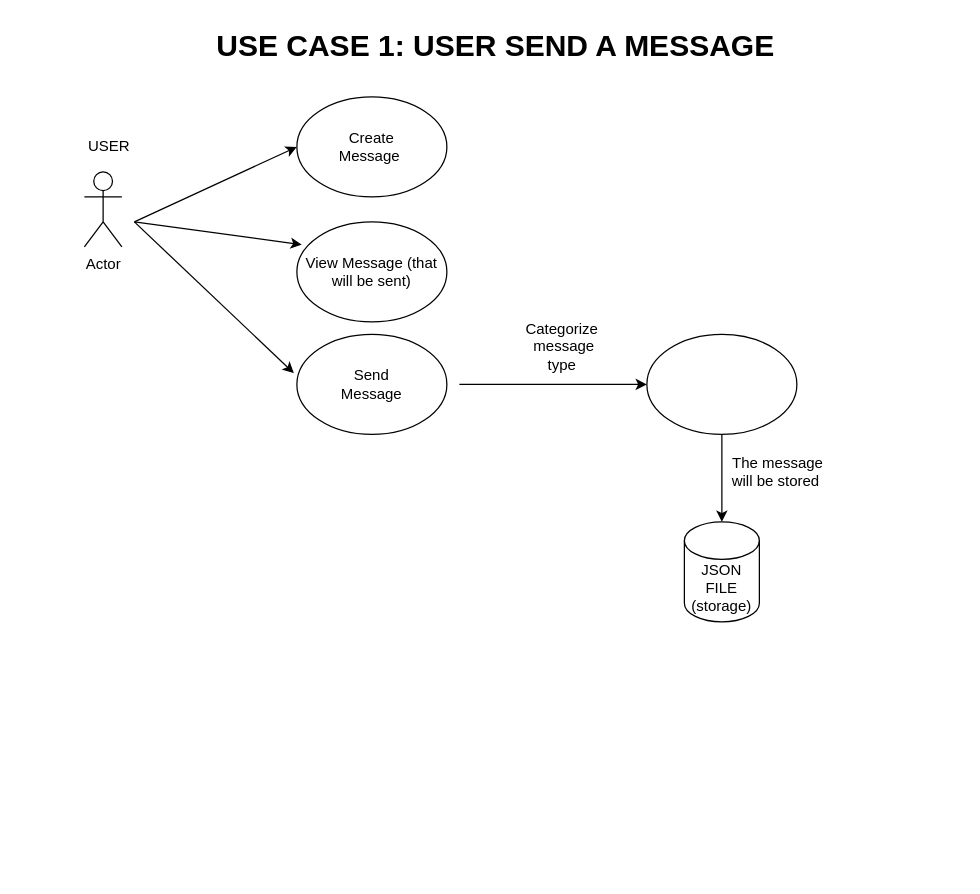
omonimus1/software-enginner-module keeps this draw.io diagram as coursework/use-case.drawio. Above is the earlier version. Source tidied: cells renumbered, new cells numbered last; positions are measured from the earlier drawing's top-left corner, leaving out a move shared by most shapes. Both pictures are drawn from the tidied source at 125%, with x=0, y=0 at pixel (84, 21).
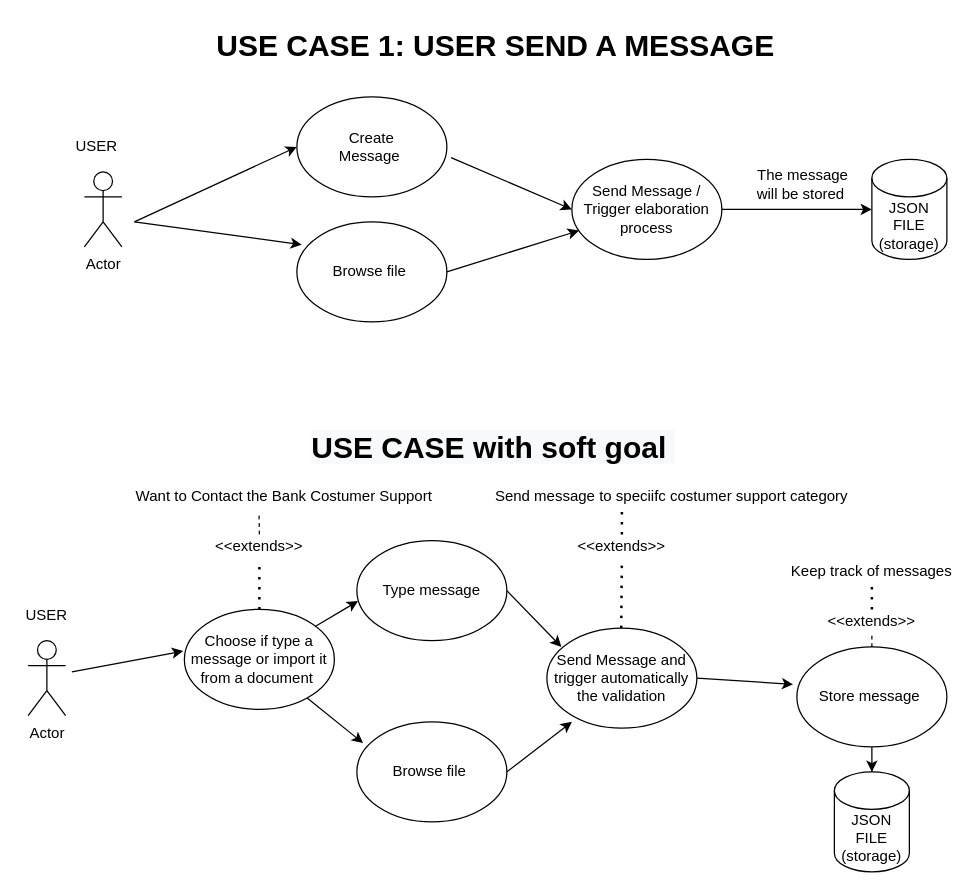
After the change.

The change refers to these unchanged cells:
```xml
<mxCell id="2" style="ellipse;whiteSpace=wrap;html=1;" parent="1" vertex="1">
  <mxGeometry x="170" y="60" width="120" height="80" as="geometry" />
</mxCell>
```

The edit, as a diff of the source:
```diff
@@
-    <mxCell id="4" style="ellipse;whiteSpace=wrap;html=1;" parent="1" vertex="1">
-      <mxGeometry x="170" y="250" width="120" height="80" as="geometry" />
+    <mxCell id="4" value="Send Message / Trigger elaboration process" style="ellipse;whiteSpace=wrap;html=1;" parent="1" vertex="1">
+      <mxGeometry x="390" y="110" width="120" height="80" as="geometry" />
     </mxCell>
-    <mxCell id="5" value="Send Message" style="text;html=1;strokeColor=none;fillColor=none;align=center;verticalAlign=middle;whiteSpace=wrap;rounded=0;" parent="1" vertex="1">
-      <mxGeometry x="210" y="280" width="40" height="20" as="geometry" />
-    </mxCell>
@@
-    <mxCell id="8" value="View Message (that&lt;br&gt;will be sent)" style="ellipse;whiteSpace=wrap;html=1;" parent="1" vertex="1">
+    <mxCell id="8" value="Browse file&amp;nbsp;" style="ellipse;whiteSpace=wrap;html=1;" parent="1" vertex="1">
       <mxGeometry x="170" y="160" width="120" height="80" as="geometry" />
     </mxCell>
@@
-    <mxCell id="10" style="endArrow=classic;html=1;entryX=-0.02;entryY=0.388;entryDx=0;entryDy=0;entryPerimeter=0;" parent="1" edge="1" target="4">
-      <mxGeometry relative="1" as="geometry">
-        <mxPoint x="40" y="160" as="sourcePoint" />
-      </mxGeometry>
-    </mxCell>
@@
     <mxCell id="12" value="USER" style="text;html=1;strokeColor=none;fillColor=none;align=center;verticalAlign=middle;whiteSpace=wrap;rounded=0;" parent="1" vertex="1">
-      <mxGeometry y="90" width="40" height="20" as="geometry" />
+      <mxGeometry x="-10" y="90" width="40" height="20" as="geometry" />
     </mxCell>
     <mxCell id="13" value="JSON FILE&lt;br&gt;(storage)" style="shape=cylinder3;whiteSpace=wrap;html=1;boundedLbl=1;backgroundOutline=1;size=15;" parent="1" vertex="1">
-      <mxGeometry x="480" y="400" width="60" height="80" as="geometry" />
+      <mxGeometry x="630" y="110" width="60" height="80" as="geometry" />
     </mxCell>
     <mxCell id="14" value="The message will be stored&amp;nbsp;" style="text;html=1;strokeColor=none;fillColor=none;align=center;verticalAlign=middle;whiteSpace=wrap;rounded=0;" parent="1" vertex="1">
-      <mxGeometry x="510" y="350" width="90" height="20" as="geometry" />
+      <mxGeometry x="530" y="120" width="90" height="20" as="geometry" />
     </mxCell>
-    <mxCell id="15" style="ellipse;whiteSpace=wrap;html=1;" parent="1" vertex="1">
-      <mxGeometry x="450" y="250" width="120" height="80" as="geometry" />
-    </mxCell>
-    <mxCell id="16" value="Categorize&amp;nbsp;&lt;br&gt;message type&amp;nbsp;" style="text;html=1;strokeColor=none;fillColor=none;align=center;verticalAlign=middle;whiteSpace=wrap;rounded=0;" parent="1" vertex="1">
-      <mxGeometry x="364" y="250" width="40" height="20" as="geometry" />
-    </mxCell>
-    <mxCell id="17" style="endArrow=classic;html=1;entryX=0;entryY=0.5;entryDx=0;entryDy=0;" parent="1" edge="1" target="15">
-      <mxGeometry relative="1" as="geometry">
-        <mxPoint x="300" y="290" as="sourcePoint" />
-      </mxGeometry>
-    </mxCell>
-    <mxCell id="18" style="endArrow=classic;html=1;entryX=0.5;entryY=0;entryDx=0;entryDy=0;entryPerimeter=0;exitX=0.5;exitY=1;exitDx=0;exitDy=0;" parent="1" edge="1" source="15" target="13">
+    <mxCell id="18" style="endArrow=classic;html=1;entryX=0;entryY=0.5;entryDx=0;entryDy=0;entryPerimeter=0;exitX=1;exitY=0.5;exitDx=0;exitDy=0;" parent="1" edge="1" source="4" target="13">
       <mxGeometry relative="1" as="geometry" />
     </mxCell>
+    <mxCell id="19" style="endArrow=classic;html=1;exitX=1.028;exitY=0.608;exitDx=0;exitDy=0;exitPerimeter=0;entryX=0;entryY=0.5;entryDx=0;entryDy=0;" parent="1" edge="1" source="2" target="4">
+      <mxGeometry relative="1" as="geometry" />
+    </mxCell>
+    <mxCell id="20" style="endArrow=classic;html=1;" parent="1" edge="1" target="4">
+      <mxGeometry relative="1" as="geometry">
+        <mxPoint x="290" y="200" as="sourcePoint" />
+      </mxGeometry>
+    </mxCell>
+    <mxCell id="21" value="Actor" style="shape=umlActor;verticalLabelPosition=bottom;verticalAlign=top;html=1;" parent="1" vertex="1">
+      <mxGeometry x="-45" y="495" width="30" height="60" as="geometry" />
+    </mxCell>
+    <mxCell id="22" value="&lt;span style=&quot;color: rgb(0 , 0 , 0) ; font-family: &amp;#34;helvetica&amp;#34; ; font-size: 24px ; font-style: normal ; font-weight: 700 ; letter-spacing: normal ; text-align: center ; text-indent: 0px ; text-transform: none ; word-spacing: 0px ; background-color: rgb(248 , 249 , 250) ; display: inline ; float: none&quot;&gt;USE CASE with soft goal&amp;nbsp;&lt;/span&gt;" style="text;whiteSpace=wrap;html=1;" parent="1" vertex="1">
+      <mxGeometry x="180" y="320" width="296" height="30" as="geometry" />
+    </mxCell>
+    <mxCell id="23" value="USER" style="text;html=1;strokeColor=none;fillColor=none;align=center;verticalAlign=middle;whiteSpace=wrap;rounded=0;" parent="1" vertex="1">
+      <mxGeometry x="-50" y="465" width="40" height="20" as="geometry" />
+    </mxCell>
+    <mxCell id="24" value="Want to Contact the Bank Costumer Support" style="text;html=1;strokeColor=none;fillColor=none;align=center;verticalAlign=middle;whiteSpace=wrap;rounded=0;" parent="1" vertex="1">
+      <mxGeometry x="30" y="370" width="260" height="20" as="geometry" />
+    </mxCell>
+    <mxCell id="25" value="Choose if type a message or import it from a document&amp;nbsp;&lt;br&gt;" style="ellipse;whiteSpace=wrap;html=1;" parent="1" vertex="1">
+      <mxGeometry x="80" y="470" width="120" height="80" as="geometry" />
+    </mxCell>
+    <mxCell id="26" style="endArrow=none;dashed=1;html=1;dashPattern=1 3;strokeWidth=2;exitX=0.5;exitY=0;exitDx=0;exitDy=0;" parent="1" edge="1" source="25">
+      <mxGeometry relative="1" as="geometry">
+        <mxPoint x="140" y="430" as="targetPoint" />
+      </mxGeometry>
+    </mxCell>
+    <mxCell id="27" value="&amp;lt;&amp;lt;extends&amp;gt;&amp;gt;" style="text;html=1;strokeColor=none;fillColor=none;align=center;verticalAlign=middle;whiteSpace=wrap;rounded=0;" parent="1" vertex="1">
+      <mxGeometry x="120" y="410" width="40" height="20" as="geometry" />
+    </mxCell>
+    <mxCell id="28" style="endArrow=none;dashed=1;html=1;entryX=0.422;entryY=1.167;entryDx=0;entryDy=0;entryPerimeter=0;" parent="1" edge="1" target="24">
+      <mxGeometry relative="1" as="geometry">
+        <mxPoint x="140" y="410" as="sourcePoint" />
+      </mxGeometry>
+    </mxCell>
+    <mxCell id="29" style="endArrow=classic;html=1;entryX=-0.008;entryY=0.417;entryDx=0;entryDy=0;entryPerimeter=0;" parent="1" edge="1" target="25">
+      <mxGeometry relative="1" as="geometry">
+        <mxPoint x="-10" y="520" as="sourcePoint" />
+      </mxGeometry>
+    </mxCell>
+    <mxCell id="30" value="Browse file&amp;nbsp;" style="ellipse;whiteSpace=wrap;html=1;" parent="1" vertex="1">
+      <mxGeometry x="218" y="560" width="120" height="80" as="geometry" />
+    </mxCell>
+    <mxCell id="31" value="Type message" style="ellipse;whiteSpace=wrap;html=1;" parent="1" vertex="1">
+      <mxGeometry x="218" y="415" width="120" height="80" as="geometry" />
+    </mxCell>
+    <mxCell id="32" value="Send Message and trigger automatically the validation" style="ellipse;whiteSpace=wrap;html=1;" parent="1" vertex="1">
+      <mxGeometry x="370" y="485" width="120" height="80" as="geometry" />
+    </mxCell>
+    <mxCell id="33" value="&amp;lt;&amp;lt;extends&amp;gt;&amp;gt;" style="text;html=1;strokeColor=none;fillColor=none;align=center;verticalAlign=middle;whiteSpace=wrap;rounded=0;" parent="1" vertex="1">
+      <mxGeometry x="410" y="410" width="40" height="20" as="geometry" />
+    </mxCell>
+    <mxCell id="34" value="Send message to speciifc costumer support category" style="text;html=1;strokeColor=none;fillColor=none;align=center;verticalAlign=middle;whiteSpace=wrap;rounded=0;" parent="1" vertex="1">
+      <mxGeometry x="320" y="370" width="300" height="20" as="geometry" />
+    </mxCell>
+    <mxCell id="35" style="endArrow=none;dashed=1;html=1;dashPattern=1 3;strokeWidth=2;exitX=0.5;exitY=0;exitDx=0;exitDy=0;entryX=0.5;entryY=1;entryDx=0;entryDy=0;" parent="1" edge="1" target="33">
+      <mxGeometry relative="1" as="geometry">
+        <mxPoint x="429.5" y="485" as="sourcePoint" />
+      </mxGeometry>
+    </mxCell>
+    <mxCell id="36" style="endArrow=none;dashed=1;html=1;dashPattern=1 3;strokeWidth=2;" parent="1" edge="1">
+      <mxGeometry relative="1" as="geometry">
+        <mxPoint x="430" y="410" as="sourcePoint" />
+        <mxPoint x="430" y="390" as="targetPoint" />
+      </mxGeometry>
+    </mxCell>
+    <mxCell id="37" style="endArrow=classic;html=1;entryX=0.008;entryY=0.604;entryDx=0;entryDy=0;entryPerimeter=0;" parent="1" edge="1" source="25" target="31">
+      <mxGeometry relative="1" as="geometry" />
+    </mxCell>
+    <mxCell id="38" style="endArrow=classic;html=1;" parent="1" edge="1" source="25">
+      <mxGeometry relative="1" as="geometry">
+        <mxPoint x="223" y="577" as="targetPoint" />
+      </mxGeometry>
+    </mxCell>
+    <mxCell id="39" style="endArrow=classic;html=1;exitX=1;exitY=0.5;exitDx=0;exitDy=0;" parent="1" edge="1" source="30">
+      <mxGeometry relative="1" as="geometry">
+        <mxPoint x="390" y="560" as="targetPoint" />
+      </mxGeometry>
+    </mxCell>
+    <mxCell id="40" style="endArrow=classic;html=1;entryX=0.097;entryY=0.188;entryDx=0;entryDy=0;entryPerimeter=0;exitX=1;exitY=0.5;exitDx=0;exitDy=0;" parent="1" edge="1" source="31" target="32">
+      <mxGeometry relative="1" as="geometry" />
+    </mxCell>
+    <mxCell id="41" style="edgeStyle=orthogonalEdgeStyle;rounded=0;jettySize=auto;html=1;" parent="1" edge="1" source="42" target="48">
+      <mxGeometry relative="1" as="geometry" />
+    </mxCell>
+    <mxCell id="42" value="Store message&amp;nbsp;" style="ellipse;whiteSpace=wrap;html=1;" parent="1" vertex="1">
+      <mxGeometry x="570" y="500" width="120" height="80" as="geometry" />
+    </mxCell>
+    <mxCell id="43" value="&amp;lt;&amp;lt;extends&amp;gt;&amp;gt;" style="text;html=1;strokeColor=none;fillColor=none;align=center;verticalAlign=middle;whiteSpace=wrap;rounded=0;" parent="1" vertex="1">
+      <mxGeometry x="610" y="470" width="40" height="20" as="geometry" />
+    </mxCell>
+    <mxCell id="44" style="endArrow=none;dashed=1;html=1;dashPattern=1 3;strokeWidth=2;" parent="1" edge="1">
+      <mxGeometry relative="1" as="geometry">
+        <mxPoint x="630" y="470" as="sourcePoint" />
+        <mxPoint x="630" y="450" as="targetPoint" />
+      </mxGeometry>
+    </mxCell>
+    <mxCell id="45" value="Keep track of messages" style="text;html=1;strokeColor=none;fillColor=none;align=center;verticalAlign=middle;whiteSpace=wrap;rounded=0;" parent="1" vertex="1">
+      <mxGeometry x="560" y="430" width="140" height="20" as="geometry" />
+    </mxCell>
+    <mxCell id="46" style="endArrow=none;dashed=1;html=1;exitX=0.5;exitY=0;exitDx=0;exitDy=0;entryX=0.5;entryY=1;entryDx=0;entryDy=0;entryPerimeter=0;" parent="1" edge="1" source="42" target="43">
+      <mxGeometry relative="1" as="geometry" />
+    </mxCell>
+    <mxCell id="47" style="endArrow=classic;html=1;entryX=-0.025;entryY=0.375;entryDx=0;entryDy=0;entryPerimeter=0;exitX=1;exitY=0.5;exitDx=0;exitDy=0;" parent="1" edge="1" source="32" target="42">
+      <mxGeometry relative="1" as="geometry" />
+    </mxCell>
+    <mxCell id="48" value="JSON FILE&lt;br&gt;(storage)" style="shape=cylinder3;whiteSpace=wrap;html=1;boundedLbl=1;backgroundOutline=1;size=15;" parent="1" vertex="1">
+      <mxGeometry x="600" y="600" width="60" height="80" as="geometry" />
+    </mxCell>
```
